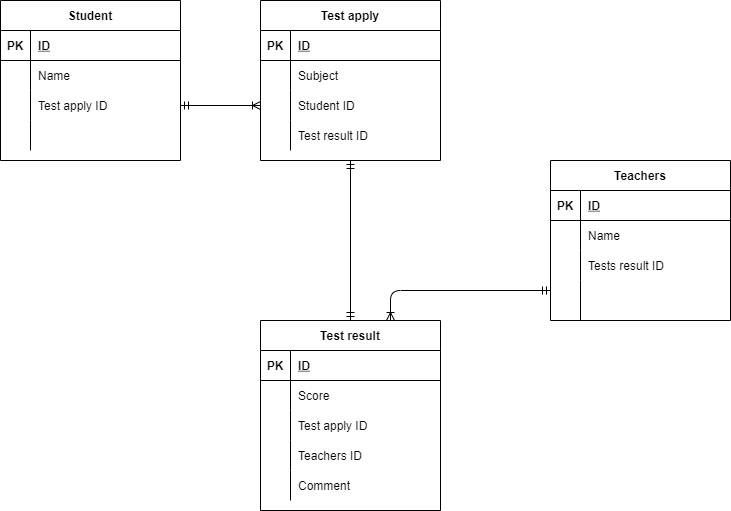
Earlier version of the draw.io export index.drawio.png (taromatsuo0422/er-test). Source tidied: cells renumbered, new cells last; positions are measured from the earlier drawing's top-left corner, leaving out a move shared by most shapes.
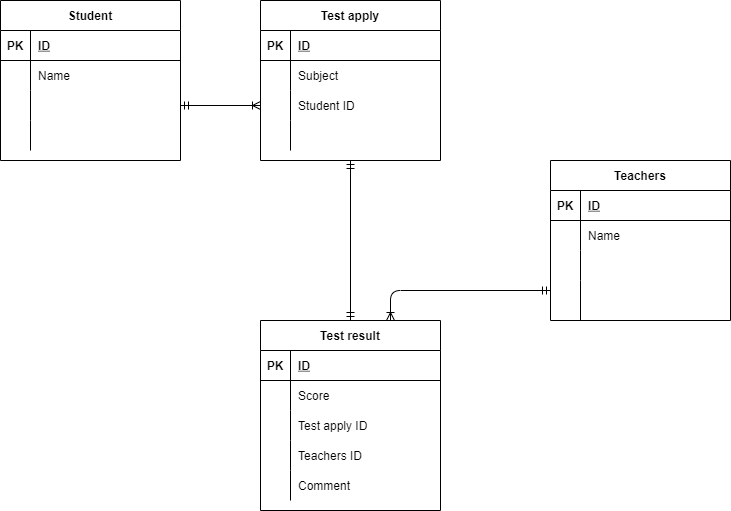
The same diagram one commit later.

Diff of the diagram source:
```diff
@@ -29,7 +29,7 @@
     <mxCell id="10" style="shape=partialRectangle;fillColor=none;top=0;left=0;bottom=0;right=0;overflow=hidden;" parent="9" vertex="1">
       <mxGeometry width="30" height="30" as="geometry" />
     </mxCell>
-    <mxCell id="11" value="Test apply ID" style="shape=partialRectangle;fillColor=none;top=0;left=0;bottom=0;right=0;align=left;spacingLeft=6;overflow=hidden;" parent="9" vertex="1">
+    <mxCell id="11" style="shape=partialRectangle;fillColor=none;top=0;left=0;bottom=0;right=0;align=left;spacingLeft=6;overflow=hidden;" parent="9" vertex="1">
       <mxGeometry x="30" width="150" height="30" as="geometry" />
     </mxCell>
     <mxCell id="12" style="shape=partialRectangle;fillColor=none;top=0;left=0;bottom=0;right=0;" parent="2" vertex="1">
@@ -116,7 +116,7 @@
     <mxCell id="39" style="shape=partialRectangle;fillColor=none;top=0;left=0;bottom=0;right=0;overflow=hidden;" parent="38" vertex="1">
       <mxGeometry width="30" height="30" as="geometry" />
     </mxCell>
-    <mxCell id="40" value="Tests result ID" style="shape=partialRectangle;fillColor=none;top=0;left=0;bottom=0;right=0;align=left;spacingLeft=6;overflow=hidden;" parent="38" vertex="1">
+    <mxCell id="40" style="shape=partialRectangle;fillColor=none;top=0;left=0;bottom=0;right=0;align=left;spacingLeft=6;overflow=hidden;" parent="38" vertex="1">
       <mxGeometry x="30" width="150" height="30" as="geometry" />
     </mxCell>
     <mxCell id="41" style="shape=partialRectangle;fillColor=none;top=0;left=0;bottom=0;right=0;points=[[0,0.5],[1,0.5]];portConstraint=eastwest;" parent="31" vertex="1">
@@ -175,7 +175,7 @@
     <mxCell id="57" style="shape=partialRectangle;fillColor=none;top=0;left=0;bottom=0;right=0;overflow=hidden;" parent="56" vertex="1">
       <mxGeometry width="30" height="30" as="geometry" />
     </mxCell>
-    <mxCell id="58" value="Test result ID" style="shape=partialRectangle;fillColor=none;top=0;left=0;bottom=0;right=0;align=left;spacingLeft=6;overflow=hidden;" parent="56" vertex="1">
+    <mxCell id="58" style="shape=partialRectangle;fillColor=none;top=0;left=0;bottom=0;right=0;align=left;spacingLeft=6;overflow=hidden;" parent="56" vertex="1">
       <mxGeometry x="30" width="150" height="30" as="geometry" />
     </mxCell>
     <mxCell id="59" style="edgeStyle=none;html=1;exitX=1;exitY=0.5;exitDx=0;exitDy=0;entryX=0;entryY=0.5;entryDx=0;entryDy=0;startArrow=ERmandOne;startFill=0;endArrow=ERoneToMany;endFill=0;" parent="1" edge="1" source="9" target="53">
```
